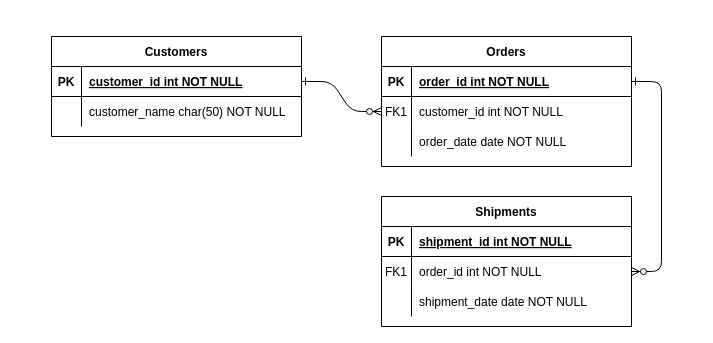
This is Untitled Diagram.drawio from wilmerG123/PruebaJava, a draw.io file, before an edit. Source tidied: cells renumbered, new cells numbered last; positions are measured from the earlier drawing's top-left corner, leaving out a move shared by most shapes. Both pictures are drawn from the tidied source at 100%, with x=0, y=0 at pixel (51, 36).
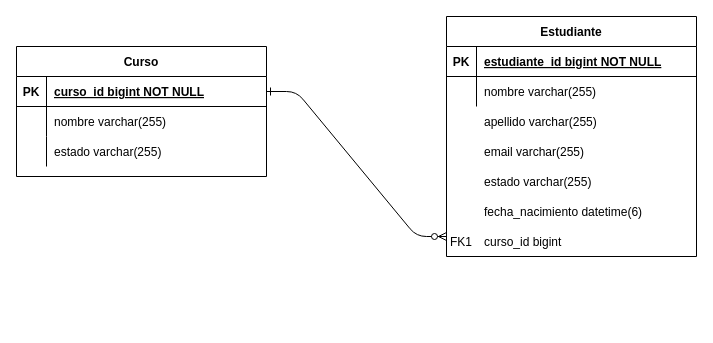
The same page after the edit.

The change refers to these unchanged cells:
```xml
<mxCell id="5" style="shape=partialRectangle;fillColor=none;points=[[0,0.5],[1,0.5]];portConstraint=eastwest;top=0;left=0;right=0;bottom=1;" parent="4" vertex="1">
  <mxGeometry y="30" width="250" height="30" as="geometry" />
</mxCell>
<mxCell id="8" style="shape=partialRectangle;fillColor=none;points=[[0,0.5],[1,0.5]];portConstraint=eastwest;top=0;left=0;right=0;bottom=0;" parent="4" vertex="1">
  <mxGeometry y="60" width="250" height="30" as="geometry" />
</mxCell>
<mxCell id="11" style="shape=partialRectangle;fillColor=none;top=0;left=0;right=0;bottom=0;" parent="4" vertex="1">
  <mxGeometry y="90" width="250" height="30" as="geometry" />
</mxCell>
<mxCell id="25" style="shape=partialRectangle;fillColor=none;points=[[0,0.5],[1,0.5]];portConstraint=eastwest;top=0;left=0;right=0;bottom=1;" parent="24" vertex="1">
  <mxGeometry y="30" width="250" height="30" as="geometry" />
</mxCell>
<mxCell id="28" style="shape=partialRectangle;fillColor=none;top=0;left=0;right=0;bottom=0;" parent="24" vertex="1">
  <mxGeometry y="60" width="250" height="30" as="geometry" />
</mxCell>
```

The edit, as a diff of the source:
```diff
@@
-    <mxCell id="2" style="edgeStyle=entityRelationEdgeStyle;endArrow=ERzeroToMany;startArrow=ERone;endFill=1;startFill=0;" parent="1" edge="1" source="25" target="8">
-      <mxGeometry relative="1" as="geometry" />
+    <mxCell id="2" style="edgeStyle=entityRelationEdgeStyle;endArrow=ERzeroToMany;startArrow=ERone;endFill=1;startFill=0;exitX=1;exitY=0.5;exitDx=0;exitDy=0;" parent="1" edge="1" source="5">
+      <mxGeometry relative="1" as="geometry">
+        <mxPoint x="395" y="200" as="targetPoint" />
+      </mxGeometry>
     </mxCell>
-    <mxCell id="3" style="edgeStyle=entityRelationEdgeStyle;endArrow=ERzeroToMany;startArrow=ERone;endFill=1;startFill=0;" parent="1" edge="1" source="5" target="18">
-      <mxGeometry relative="1" as="geometry" />
-    </mxCell>
-    <mxCell id="4" value="Orders" style="shape=table;startSize=30;childLayout=tableLayout;rowLines=0;fontStyle=1;align=center;" parent="1" vertex="1">
-      <mxGeometry x="330" width="250" height="130" as="geometry" />
+    <mxCell id="4" value="Curso" style="shape=table;startSize=30;childLayout=tableLayout;rowLines=0;fontStyle=1;align=center;" parent="1" vertex="1">
+      <mxGeometry x="-35" y="10" width="250" height="130" as="geometry" />
     </mxCell>
@@
-    <mxCell id="7" value="order_id int NOT NULL " style="shape=partialRectangle;overflow=hidden;fillColor=none;top=0;left=0;bottom=0;right=0;align=left;spacingLeft=6;fontStyle=5;" parent="5" vertex="1">
+    <mxCell id="7" value="curso_id bigint NOT NULL" style="shape=partialRectangle;overflow=hidden;fillColor=none;top=0;left=0;bottom=0;right=0;align=left;spacingLeft=6;fontStyle=5;" parent="5" vertex="1">
       <mxGeometry x="30" width="220" height="30" as="geometry" />
     </mxCell>
@@
-    <mxCell id="9" value="FK1" style="shape=partialRectangle;overflow=hidden;fillColor=none;top=0;left=0;bottom=0;right=0;" parent="8" vertex="1">
+    <mxCell id="9" style="shape=partialRectangle;overflow=hidden;fillColor=none;top=0;left=0;bottom=0;right=0;" parent="8" vertex="1">
       <mxGeometry width="30" height="30" as="geometry" />
     </mxCell>
-    <mxCell id="10" value="customer_id int NOT NULL" style="shape=partialRectangle;overflow=hidden;fillColor=none;top=0;left=0;bottom=0;right=0;align=left;spacingLeft=6;" parent="8" vertex="1">
+    <mxCell id="10" value="nombre varchar(255)" style="shape=partialRectangle;overflow=hidden;fillColor=none;top=0;left=0;bottom=0;right=0;align=left;spacingLeft=6;" parent="8" vertex="1">
       <mxGeometry x="30" width="220" height="30" as="geometry" />
     </mxCell>
@@
-    <mxCell id="13" value="order_date date NOT NULL" style="shape=partialRectangle;overflow=hidden;fillColor=none;top=0;left=0;bottom=0;right=0;align=left;spacingLeft=6;" parent="11" vertex="1">
+    <mxCell id="13" value="estado varchar(255)" style="shape=partialRectangle;overflow=hidden;fillColor=none;top=0;left=0;bottom=0;right=0;align=left;spacingLeft=6;" parent="11" vertex="1">
       <mxGeometry x="30" width="220" height="30" as="geometry" />
     </mxCell>
-    <mxCell id="14" value="Shipments" style="shape=table;startSize=30;childLayout=tableLayout;rowLines=0;fontStyle=1;align=center;" parent="1" vertex="1">
-      <mxGeometry x="330" y="160" width="250" height="130" as="geometry" />
-    </mxCell>
-    <mxCell id="15" style="shape=partialRectangle;fillColor=none;top=0;left=0;right=0;bottom=1;" parent="14" vertex="1">
-      <mxGeometry y="30" width="250" height="30" as="geometry" />
-    </mxCell>
-    <mxCell id="16" value="PK" style="shape=partialRectangle;overflow=hidden;fillColor=none;top=0;left=0;bottom=0;right=0;fontStyle=1;" parent="15" vertex="1">
-      <mxGeometry width="30" height="30" as="geometry" />
-    </mxCell>
-    <mxCell id="17" value="shipment_id int NOT NULL " style="shape=partialRectangle;overflow=hidden;fillColor=none;top=0;left=0;bottom=0;right=0;align=left;spacingLeft=6;fontStyle=5;" parent="15" vertex="1">
-      <mxGeometry x="30" width="220" height="30" as="geometry" />
-    </mxCell>
-    <mxCell id="18" style="shape=partialRectangle;fillColor=none;points=[[0,0.5],[1,0.5]];portConstraint=eastwest;top=0;left=0;right=0;bottom=0;" parent="14" vertex="1">
-      <mxGeometry y="60" width="250" height="30" as="geometry" />
-    </mxCell>
-    <mxCell id="19" value="FK1" style="shape=partialRectangle;overflow=hidden;fillColor=none;top=0;left=0;bottom=0;right=0;" parent="18" vertex="1">
-      <mxGeometry width="30" height="30" as="geometry" />
-    </mxCell>
-    <mxCell id="20" value="order_id int NOT NULL" style="shape=partialRectangle;overflow=hidden;fillColor=none;top=0;left=0;bottom=0;right=0;align=left;spacingLeft=6;" parent="18" vertex="1">
-      <mxGeometry x="30" width="220" height="30" as="geometry" />
-    </mxCell>
-    <mxCell id="21" style="shape=partialRectangle;fillColor=none;top=0;left=0;right=0;bottom=0;" parent="14" vertex="1">
-      <mxGeometry y="90" width="250" height="30" as="geometry" />
-    </mxCell>
-    <mxCell id="22" style="shape=partialRectangle;overflow=hidden;fillColor=none;top=0;left=0;bottom=0;right=0;" parent="21" vertex="1">
-      <mxGeometry width="30" height="30" as="geometry" />
-    </mxCell>
-    <mxCell id="23" value="shipment_date date NOT NULL" style="shape=partialRectangle;overflow=hidden;fillColor=none;top=0;left=0;bottom=0;right=0;align=left;spacingLeft=6;" parent="21" vertex="1">
-      <mxGeometry x="30" width="220" height="30" as="geometry" />
-    </mxCell>
-    <mxCell id="24" value="Customers" style="shape=table;startSize=30;childLayout=tableLayout;rowLines=0;fontStyle=1;align=center;" parent="1" vertex="1">
-      <mxGeometry width="250" height="100" as="geometry" />
+    <mxCell id="24" value="Estudiante" style="shape=table;startSize=30;childLayout=tableLayout;rowLines=0;fontStyle=1;align=center;" parent="1" vertex="1">
+      <mxGeometry x="395" y="-20" width="250" height="240" as="geometry" />
     </mxCell>
@@
-    <mxCell id="27" value="customer_id int NOT NULL " style="shape=partialRectangle;overflow=hidden;fillColor=none;top=0;left=0;bottom=0;right=0;align=left;spacingLeft=6;fontStyle=5;" parent="25" vertex="1">
+    <mxCell id="27" value="estudiante_id bigint NOT NULL" style="shape=partialRectangle;overflow=hidden;fillColor=none;top=0;left=0;bottom=0;right=0;align=left;spacingLeft=6;fontStyle=5;" parent="25" vertex="1">
       <mxGeometry x="30" width="220" height="30" as="geometry" />
     </mxCell>
@@
-    <mxCell id="30" value="customer_name char(50) NOT NULL" style="shape=partialRectangle;overflow=hidden;fillColor=none;top=0;left=0;bottom=0;right=0;align=left;spacingLeft=6;" parent="28" vertex="1">
+    <mxCell id="30" value="nombre varchar(255)" style="shape=partialRectangle;overflow=hidden;fillColor=none;top=0;left=0;bottom=0;right=0;align=left;spacingLeft=6;" parent="28" vertex="1">
       <mxGeometry x="30" width="220" height="30" as="geometry" />
     </mxCell>
+    <mxCell id="31" value="apellido varchar(255)" style="shape=partialRectangle;overflow=hidden;fillColor=none;top=0;left=0;bottom=0;right=0;align=left;spacingLeft=6;" parent="1" vertex="1">
+      <mxGeometry x="425" y="70" width="220" height="30" as="geometry" />
+    </mxCell>
+    <mxCell id="32" value="email varchar(255)" style="shape=partialRectangle;overflow=hidden;fillColor=none;top=0;left=0;bottom=0;right=0;align=left;spacingLeft=6;" parent="1" vertex="1">
+      <mxGeometry x="425" y="100" width="220" height="30" as="geometry" />
+    </mxCell>
+    <mxCell id="33" value="estado varchar(255)" style="shape=partialRectangle;overflow=hidden;fillColor=none;top=0;left=0;bottom=0;right=0;align=left;spacingLeft=6;" parent="1" vertex="1">
+      <mxGeometry x="425" y="130" width="220" height="30" as="geometry" />
+    </mxCell>
+    <mxCell id="34" value="fecha_nacimiento datetime(6)" style="shape=partialRectangle;overflow=hidden;fillColor=none;top=0;left=0;bottom=0;right=0;align=left;spacingLeft=6;" parent="1" vertex="1">
+      <mxGeometry x="425" y="160" width="220" height="30" as="geometry" />
+    </mxCell>
+    <mxCell id="35" value="curso_id bigint" style="shape=partialRectangle;overflow=hidden;fillColor=none;top=0;left=0;bottom=0;right=0;align=left;spacingLeft=6;" parent="1" vertex="1">
+      <mxGeometry x="425" y="190" width="220" height="30" as="geometry" />
+    </mxCell>
+    <mxCell id="19" value="FK1" style="shape=partialRectangle;overflow=hidden;fillColor=none;top=0;left=0;bottom=0;right=0;" parent="1" vertex="1">
+      <mxGeometry x="395" y="190" width="30" height="30" as="geometry" />
+    </mxCell>
+    <mxCell id="36" style="shape=partialRectangle;overflow=hidden;fillColor=none;top=0;left=0;bottom=0;right=0;" parent="1" vertex="1">
+      <mxGeometry x="395" y="70" width="30" height="30" as="geometry" />
+    </mxCell>
```
